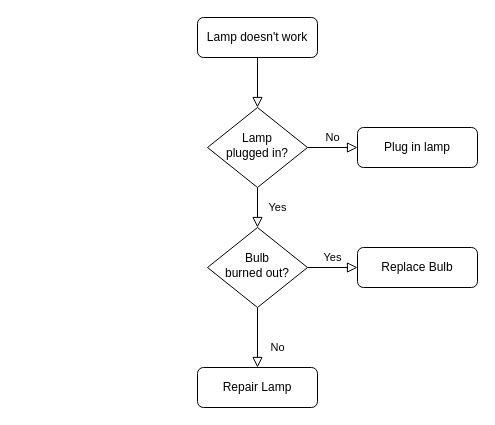
jenkincstang/blogs keeps this draw.io diagram as Untitled Diagram.drawio. Above is the earlier version. Source tidied: cells renumbered, new cells numbered last; positions are measured from the earlier drawing's top-left corner, leaving out a move shared by most shapes. Both pictures are drawn from the tidied source at 100%, with x=0, y=0 at pixel (197, 17).
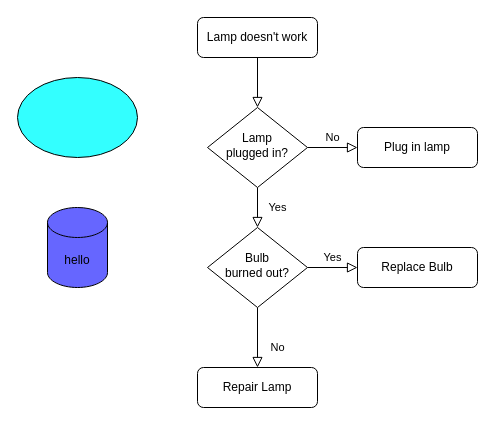
After the change.

What changed in the source:
```diff
@@
 <mxGraphModel>
   <root>
     <mxCell id="0" />
     <mxCell id="1" parent="0" />
     <mxCell id="2" style="rounded=0;html=1;jettySize=auto;fontSize=11;endArrow=block;endFill=0;endSize=8;strokeWidth=1;shadow=0;labelBackgroundColor=none;edgeStyle=orthogonalEdgeStyle;" parent="1" edge="1" source="3" target="6">
       <mxGeometry relative="1" as="geometry" />
     </mxCell>
     <mxCell id="3" value="Lamp doesn't work" style="rounded=1;whiteSpace=wrap;html=1;fontSize=12;glass=0;strokeWidth=1;shadow=0;" parent="1" vertex="1">
       <mxGeometry width="120" height="40" as="geometry" />
     </mxCell>
     <mxCell id="4" value="Yes" style="rounded=0;html=1;jettySize=auto;fontSize=11;endArrow=block;endFill=0;endSize=8;strokeWidth=1;shadow=0;labelBackgroundColor=none;edgeStyle=orthogonalEdgeStyle;" parent="1" edge="1" source="6" target="10">
       <mxGeometry y="20" relative="1" as="geometry" />
     </mxCell>
     <mxCell id="5" value="No" style="edgeStyle=orthogonalEdgeStyle;rounded=0;html=1;jettySize=auto;fontSize=11;endArrow=block;endFill=0;endSize=8;strokeWidth=1;shadow=0;labelBackgroundColor=none;" parent="1" edge="1" source="6" target="7">
       <mxGeometry y="10" relative="1" as="geometry" />
     </mxCell>
     <mxCell id="6" value="Lamp&lt;br&gt;plugged in?" style="rhombus;whiteSpace=wrap;html=1;shadow=0;fontFamily=Helvetica;fontSize=12;align=center;strokeWidth=1;spacing=6;spacingTop=-4;" parent="1" vertex="1">
       <mxGeometry x="10" y="90" width="100" height="80" as="geometry" />
     </mxCell>
     <mxCell id="7" value="Plug in lamp" style="rounded=1;whiteSpace=wrap;html=1;fontSize=12;glass=0;strokeWidth=1;shadow=0;" parent="1" vertex="1">
       <mxGeometry x="160" y="110" width="120" height="40" as="geometry" />
     </mxCell>
     <mxCell id="8" value="No" style="rounded=0;html=1;jettySize=auto;fontSize=11;endArrow=block;endFill=0;endSize=8;strokeWidth=1;shadow=0;labelBackgroundColor=none;edgeStyle=orthogonalEdgeStyle;" parent="1" edge="1" source="10" target="11">
       <mxGeometry x="0.33" y="20" relative="1" as="geometry" />
     </mxCell>
     <mxCell id="9" value="Yes" style="edgeStyle=orthogonalEdgeStyle;rounded=0;html=1;jettySize=auto;fontSize=11;endArrow=block;endFill=0;endSize=8;strokeWidth=1;shadow=0;labelBackgroundColor=none;" parent="1" edge="1" source="10" target="12">
       <mxGeometry y="10" relative="1" as="geometry" />
     </mxCell>
     <mxCell id="10" value="Bulb&lt;br&gt;burned out?" style="rhombus;whiteSpace=wrap;html=1;shadow=0;fontFamily=Helvetica;fontSize=12;align=center;strokeWidth=1;spacing=6;spacingTop=-4;" parent="1" vertex="1">
       <mxGeometry x="10" y="210" width="100" height="80" as="geometry" />
     </mxCell>
     <mxCell id="11" value="Repair Lamp" style="rounded=1;whiteSpace=wrap;html=1;fontSize=12;glass=0;strokeWidth=1;shadow=0;" parent="1" vertex="1">
       <mxGeometry y="350" width="120" height="40" as="geometry" />
     </mxCell>
     <mxCell id="12" value="Replace Bulb" style="rounded=1;whiteSpace=wrap;html=1;fontSize=12;glass=0;strokeWidth=1;shadow=0;" parent="1" vertex="1">
       <mxGeometry x="160" y="230" width="120" height="40" as="geometry" />
     </mxCell>
+    <mxCell id="13" value="hello" style="shape=cylinder3;whiteSpace=wrap;html=1;boundedLbl=1;backgroundOutline=1;size=15;fillColor=#6666FF;" parent="1" vertex="1">
+      <mxGeometry x="-150" y="190" width="60" height="80" as="geometry" />
+    </mxCell>
+    <mxCell id="14" style="ellipse;whiteSpace=wrap;html=1;fillColor=#33FFFF;" parent="1" vertex="1">
+      <mxGeometry x="-180" y="60" width="120" height="80" as="geometry" />
+    </mxCell>
   </root>
 </mxGraphModel>
```
